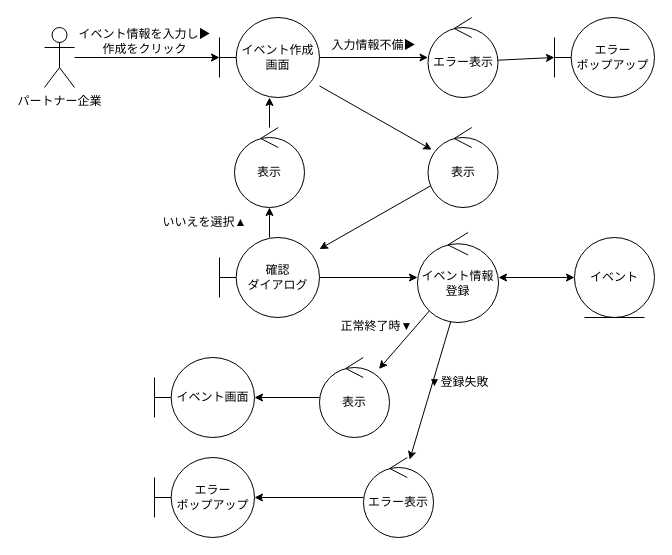
Earlier version of the draw.io diagram page "イベント作成" (5 of 10) of out/ロバストネス図/パートナー企業-ロバストネス図.drawio (ksw2270227/GroupF). Source tidied: cells renumbered, new cells numbered last; positions are measured from the earlier drawing's top-left corner, leaving out a move shared by most shapes. Both pictures are drawn from the tidied source at 100%, with x=0, y=0 at pixel (44, 17).
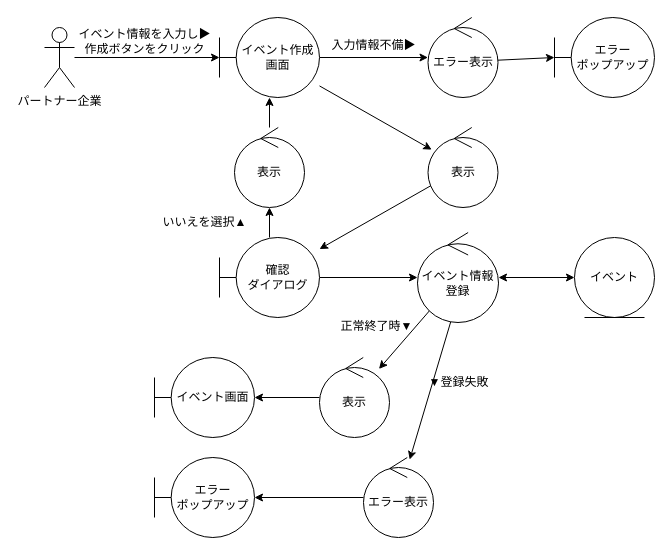
The same diagram, later.

Diff of the diagram source:
```diff
@@
-    <mxCell id="14" value="イベント情報を入力し▶&lt;br&gt;作成をクリック" style="text;html=1;align=center;verticalAlign=middle;strokeColor=none;fillColor=none;" parent="1" vertex="1">
+    <mxCell id="14" value="イベント情報を入力し▶&lt;br&gt;作成ボタンをクリック" style="text;html=1;align=center;verticalAlign=middle;strokeColor=none;fillColor=none;" parent="1" vertex="1">
       <mxGeometry x="20" y="4" width="160" height="40" as="geometry" />
     </mxCell>
```
